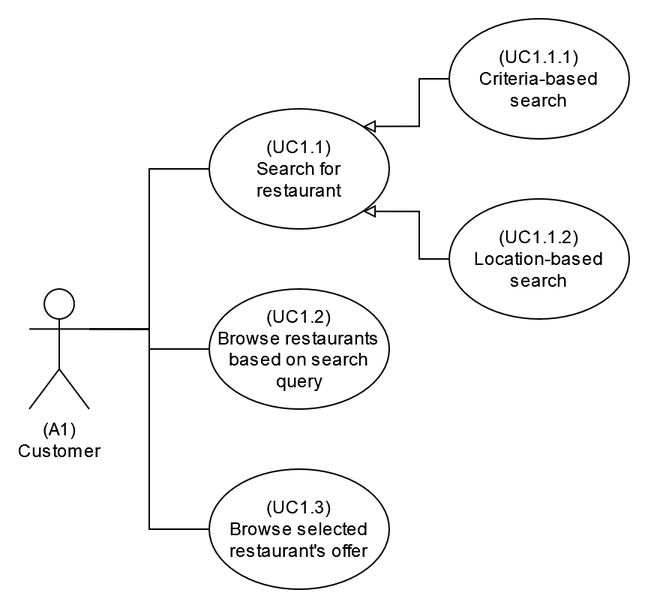
Earlier version of the draw.io export use-case-diagram-1.png (soofka/aop-example). Source tidied: cells renumbered, new cells last; positions are measured from the earlier drawing's top-left corner, leaving out a move shared by most shapes.
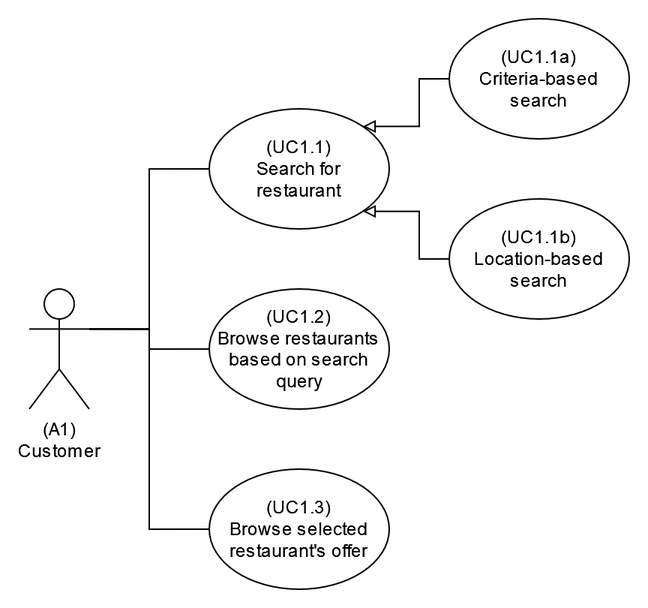
The same diagram one commit later.

The edit, as a diff of the source:
```diff
@@ -16,10 +16,10 @@
         </Array>
       </mxGeometry>
     </mxCell>
-    <mxCell id="5" value="&lt;div&gt;&lt;div&gt;(UC1.1.2)&lt;/div&gt;&lt;div&gt;Location-based&lt;/div&gt;&lt;div&gt;search&lt;/div&gt;&lt;/div&gt;" style="ellipse;whiteSpace=wrap;html=1;" parent="1" vertex="1">
+    <mxCell id="5" value="&lt;div&gt;&lt;div&gt;(UC1.1b)&lt;/div&gt;&lt;div&gt;Location-based&lt;/div&gt;&lt;div&gt;search&lt;/div&gt;&lt;/div&gt;" style="ellipse;whiteSpace=wrap;html=1;" parent="1" vertex="1">
       <mxGeometry x="280" y="120" width="120" height="80" as="geometry" />
     </mxCell>
-    <mxCell id="6" value="(UC1.1.1)&lt;div&gt;Criteria-based&lt;/div&gt;search" style="ellipse;whiteSpace=wrap;html=1;" parent="1" vertex="1">
+    <mxCell id="6" value="(UC1.1a)&lt;div&gt;Criteria-based&lt;/div&gt;search" style="ellipse;whiteSpace=wrap;html=1;" parent="1" vertex="1">
       <mxGeometry x="280" width="120" height="80" as="geometry" />
     </mxCell>
     <mxCell id="7" style="endArrow=block;html=1;rounded=0;labelBackgroundColor=default;fontSize=12;jumpStyle=arc;exitX=0;exitY=0.5;exitDx=0;exitDy=0;edgeStyle=orthogonalEdgeStyle;endFill=0;entryX=1;entryY=1;entryDx=0;entryDy=0;" parent="1" edge="1" source="5" target="3">
```
